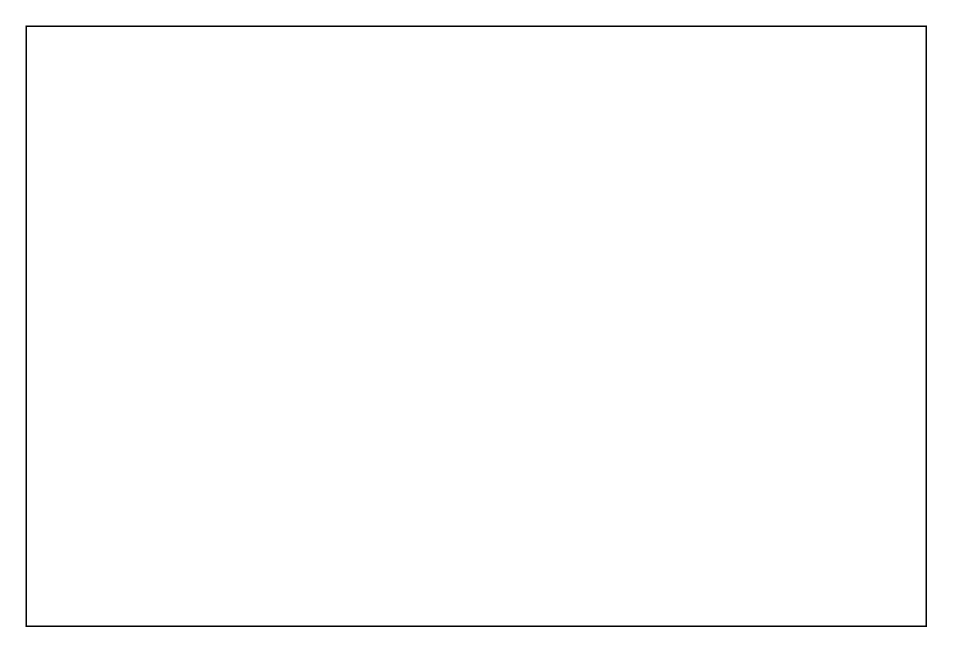
nicholascabrera/Password-Database keeps this draw.io diagram as PasswordDatabase/target/classes/com/password_db/gui/portal.drawio. Above is the earlier version. Source tidied: cells renumbered, new cells numbered last; positions are measured from the earlier drawing's top-left corner, leaving out a move shared by most shapes. Both pictures are drawn from the tidied source at 150%, with x=0, y=0 at pixel (26, 26).
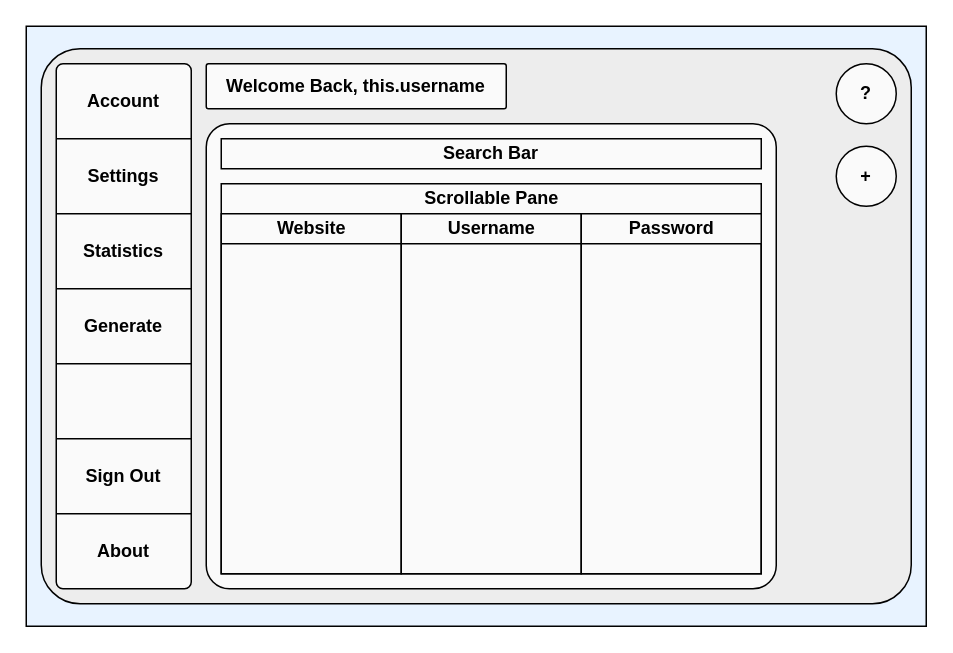
Above is the later version.

Diff of the diagram source:
```diff
@@
-    <mxCell id="2" style="whiteSpace=wrap;html=1;rotation=0;" parent="1" vertex="1">
+    <mxCell id="2" style="whiteSpace=wrap;html=1;rotation=0;fillColor=#E8F3FF;" parent="1" vertex="1">
       <mxGeometry width="600" height="400" as="geometry" />
     </mxCell>
+    <mxCell id="3" style="rounded=1;whiteSpace=wrap;html=1;fontColor=#000000;fillColor=#EDEDED;arcSize=7;" parent="1" vertex="1">
+      <mxGeometry x="10" y="15" width="580" height="370" as="geometry" />
+    </mxCell>
+    <mxCell id="4" style="rounded=1;whiteSpace=wrap;html=1;arcSize=5;fillColor=#FAFAFA;" parent="1" vertex="1">
+      <mxGeometry x="120" y="65" width="380" height="310" as="geometry" />
+    </mxCell>
+    <mxCell id="5" value="&lt;font color=&quot;#000000&quot;&gt;Scrollable Pane&lt;/font&gt;" style="swimlane;startSize=20;html=1;fillColor=#FAFAFA;" parent="1" vertex="1">
+      <mxGeometry x="130" y="105" width="360" height="260" as="geometry" />
+    </mxCell>
+    <mxCell id="6" value="&lt;font color=&quot;#000000&quot;&gt;Website&lt;/font&gt;" style="swimlane;startSize=20;html=1;fillColor=#FAFAFA;" parent="5" vertex="1">
+      <mxGeometry y="20" width="120" height="240" as="geometry" />
+    </mxCell>
+    <mxCell id="7" value="&lt;font color=&quot;#000000&quot;&gt;Username&lt;/font&gt;" style="swimlane;startSize=20;html=1;fillColor=#FAFAFA;" parent="5" vertex="1">
+      <mxGeometry x="120" y="20" width="120" height="240" as="geometry" />
+    </mxCell>
+    <mxCell id="8" value="&lt;font color=&quot;#000000&quot;&gt;Password&lt;/font&gt;" style="swimlane;startSize=20;html=1;fillColor=#FAFAFA;" parent="5" vertex="1">
+      <mxGeometry x="240" y="20" width="120" height="240" as="geometry" />
+    </mxCell>
+    <mxCell id="9" value="&lt;font color=&quot;#000000&quot;&gt;&lt;b&gt;Search Bar&lt;/b&gt;&lt;/font&gt;" style="rounded=0;whiteSpace=wrap;html=1;fillColor=#FAFAFA;" parent="1" vertex="1">
+      <mxGeometry x="130" y="75" width="360" height="20" as="geometry" />
+    </mxCell>
+    <mxCell id="10" style="rounded=1;whiteSpace=wrap;html=1;arcSize=5;fillColor=#FAFAFA;" parent="1" vertex="1">
+      <mxGeometry x="20" y="25" width="90" height="350" as="geometry" />
+    </mxCell>
+    <mxCell id="11" style="endArrow=none;html=1;fontColor=#000000;" parent="1" edge="1">
+      <mxGeometry relative="1" as="geometry">
+        <mxPoint x="20" y="75" as="sourcePoint" />
+        <mxPoint x="110" y="75" as="targetPoint" />
+      </mxGeometry>
+    </mxCell>
+    <mxCell id="12" style="endArrow=none;html=1;fontColor=#000000;" parent="1" edge="1">
+      <mxGeometry relative="1" as="geometry">
+        <mxPoint x="20" y="125" as="sourcePoint" />
+        <mxPoint x="110" y="125" as="targetPoint" />
+      </mxGeometry>
+    </mxCell>
+    <mxCell id="13" value="&lt;font color=&quot;#000000&quot;&gt;&lt;b&gt;Welcome Back, this.username&lt;/b&gt;&lt;/font&gt;" style="rounded=1;whiteSpace=wrap;html=1;arcSize=5;fillColor=#FAFAFA;align=center;" parent="1" vertex="1">
+      <mxGeometry x="120" y="25" width="200" height="30" as="geometry" />
+    </mxCell>
+    <mxCell id="14" value="&lt;b&gt;?&lt;/b&gt;" style="ellipse;whiteSpace=wrap;html=1;fontColor=#000000;fillColor=#FAFAFA;" parent="1" vertex="1">
+      <mxGeometry x="540" y="25" width="40" height="40" as="geometry" />
+    </mxCell>
+    <mxCell id="15" value="&lt;b&gt;Account&lt;/b&gt;" style="text;html=1;strokeColor=none;fillColor=none;align=center;verticalAlign=middle;whiteSpace=wrap;rounded=0;fontColor=#000000;" parent="1" vertex="1">
+      <mxGeometry x="35" y="35" width="60" height="30" as="geometry" />
+    </mxCell>
+    <mxCell id="16" value="&lt;b&gt;Generate&lt;/b&gt;" style="text;html=1;strokeColor=none;fillColor=none;align=center;verticalAlign=middle;whiteSpace=wrap;rounded=0;fontColor=#000000;" parent="1" vertex="1">
+      <mxGeometry x="35" y="185" width="60" height="30" as="geometry" />
+    </mxCell>
+    <mxCell id="17" value="&lt;b&gt;+&lt;/b&gt;" style="ellipse;whiteSpace=wrap;html=1;fontColor=#000000;fillColor=#FAFAFA;" parent="1" vertex="1">
+      <mxGeometry x="540" y="80" width="40" height="40" as="geometry" />
+    </mxCell>
+    <mxCell id="18" style="endArrow=none;html=1;fontColor=#000000;" parent="1" edge="1">
+      <mxGeometry relative="1" as="geometry">
+        <mxPoint x="20" y="325" as="sourcePoint" />
+        <mxPoint x="110" y="325" as="targetPoint" />
+      </mxGeometry>
+    </mxCell>
+    <mxCell id="19" value="&lt;b&gt;About&lt;/b&gt;" style="text;html=1;strokeColor=none;fillColor=none;align=center;verticalAlign=middle;whiteSpace=wrap;rounded=0;fontColor=#000000;" parent="1" vertex="1">
+      <mxGeometry x="35" y="335" width="60" height="30" as="geometry" />
+    </mxCell>
+    <mxCell id="20" style="endArrow=none;html=1;fontColor=#000000;" parent="1" edge="1">
+      <mxGeometry relative="1" as="geometry">
+        <mxPoint x="20" y="275" as="sourcePoint" />
+        <mxPoint x="110" y="275" as="targetPoint" />
+      </mxGeometry>
+    </mxCell>
+    <mxCell id="21" value="&lt;b&gt;Sign Out&lt;/b&gt;" style="text;html=1;strokeColor=none;fillColor=none;align=center;verticalAlign=middle;whiteSpace=wrap;rounded=0;fontColor=#000000;" parent="1" vertex="1">
+      <mxGeometry x="35" y="285" width="60" height="30" as="geometry" />
+    </mxCell>
+    <mxCell id="22" style="endArrow=none;html=1;fontColor=#000000;" parent="1" edge="1">
+      <mxGeometry relative="1" as="geometry">
+        <mxPoint x="20" y="175" as="sourcePoint" />
+        <mxPoint x="110" y="175" as="targetPoint" />
+      </mxGeometry>
+    </mxCell>
+    <mxCell id="23" value="&lt;b&gt;Statistics&lt;/b&gt;" style="text;html=1;strokeColor=none;fillColor=none;align=center;verticalAlign=middle;whiteSpace=wrap;rounded=0;fontColor=#000000;" parent="1" vertex="1">
+      <mxGeometry x="35" y="135" width="60" height="30" as="geometry" />
+    </mxCell>
+    <mxCell id="24" style="endArrow=none;html=1;fontColor=#000000;" parent="1" edge="1">
+      <mxGeometry relative="1" as="geometry">
+        <mxPoint x="20" y="225" as="sourcePoint" />
+        <mxPoint x="110" y="225" as="targetPoint" />
+      </mxGeometry>
+    </mxCell>
+    <mxCell id="25" value="&lt;b&gt;Settings&lt;/b&gt;" style="text;html=1;strokeColor=none;fillColor=none;align=center;verticalAlign=middle;whiteSpace=wrap;rounded=0;fontColor=#000000;" parent="1" vertex="1">
+      <mxGeometry x="35" y="85" width="60" height="30" as="geometry" />
+    </mxCell>
```
